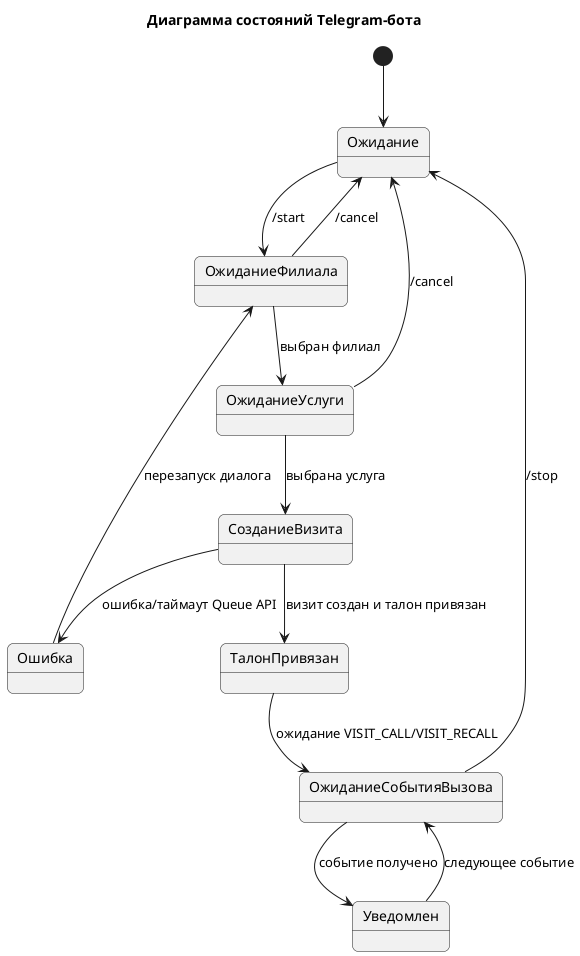
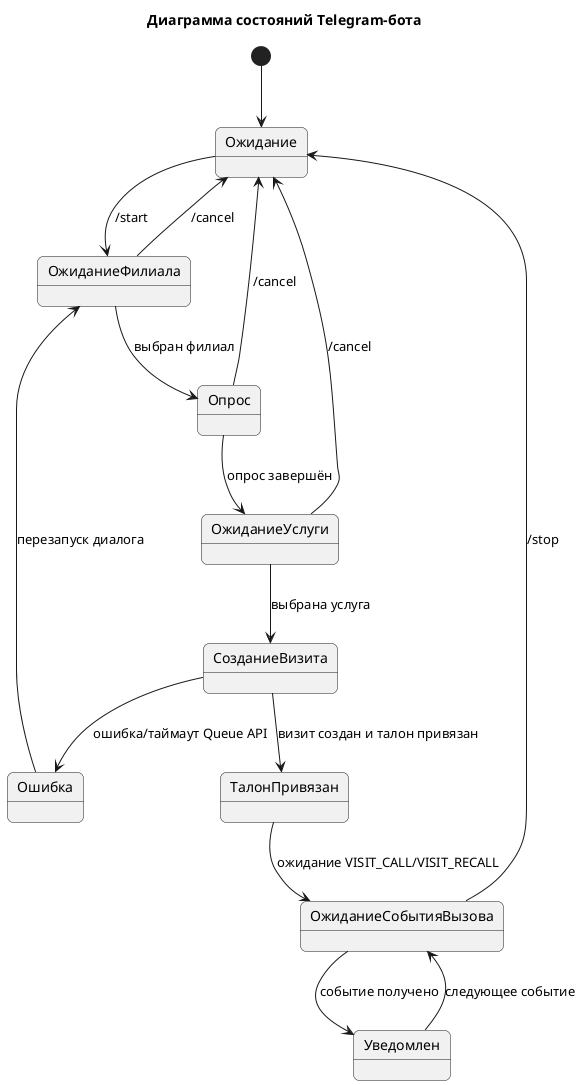
@startuml
skinparam backgroundColor #FFFFFF
skinparam shadowing false
skinparam roundcorner 12
title Диаграмма состояний Telegram-бота

[*] --> Ожидание

state Ожидание {
}

Ожидание --> ОжиданиеФилиала : /start
- ОжиданиеФилиала --> ОжиданиеУслуги : выбран филиал
+ ОжиданиеФилиала --> Опрос : выбран филиал
+ Опрос --> ОжиданиеУслуги : опрос завершён
ОжиданиеУслуги --> СозданиеВизита : выбрана услуга
СозданиеВизита --> ТалонПривязан : визит создан и талон привязан
СозданиеВизита --> Ошибка : ошибка/таймаут Queue API

ТалонПривязан --> ОжиданиеСобытияВызова : ожидание VISIT_CALL/VISIT_RECALL
ОжиданиеСобытияВызова --> Уведомлен : событие получено
Уведомлен --> ОжиданиеСобытияВызова : следующее событие

Ошибка --> ОжиданиеФилиала : перезапуск диалога
ОжиданиеФилиала --> Ожидание : /cancel
+ Опрос --> Ожидание : /cancel
ОжиданиеУслуги --> Ожидание : /cancel
ОжиданиеСобытияВызова --> Ожидание : /stop
@enduml
